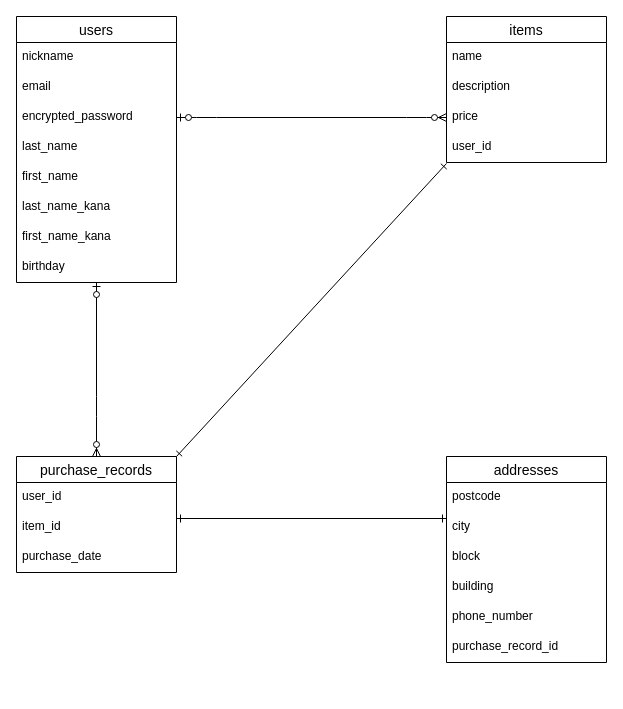
Above: draw.dio in FootLovePeace/furima-31746 (draw.io), before the change. Source tidied: cells renumbered, new cells numbered last; positions are measured from the earlier drawing's top-left corner, leaving out a move shared by most shapes. Both pictures are drawn from the tidied source at 100%, with x=0, y=0 at pixel (16, 16).
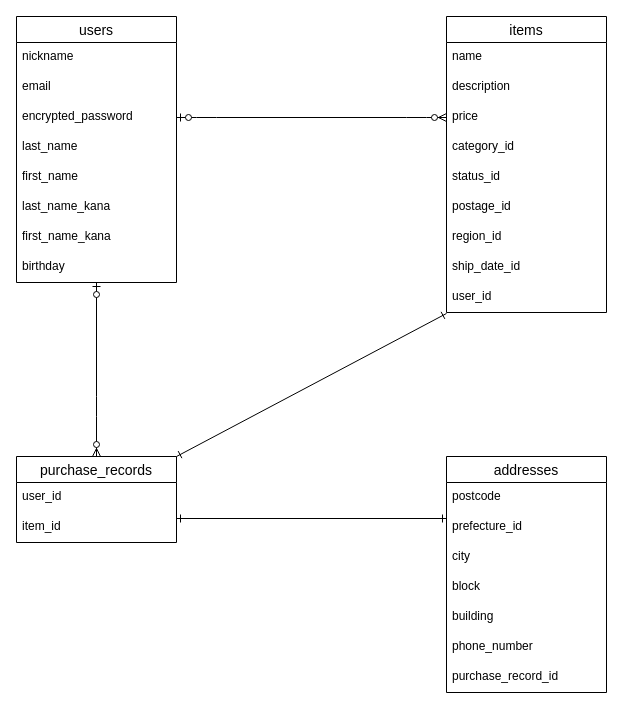
Above is the later version.

The edit, as a diff of the source:
```diff
@@
     <mxCell id="11" value="items" style="swimlane;fontStyle=0;horizontal=1;startSize=26;align=center;fontSize=14;" parent="1" vertex="1">
-      <mxGeometry x="430" width="160" height="146" as="geometry" />
+      <mxGeometry x="430" width="160" height="296" as="geometry" />
     </mxCell>
@@
+    <mxCell id="31" value="category_id" style="text;strokeColor=none;fillColor=none;spacingLeft=4;spacingRight=4;overflow=hidden;fontSize=12;" parent="11" vertex="1">
+      <mxGeometry y="116" width="160" height="30" as="geometry" />
+    </mxCell>
+    <mxCell id="32" value="status_id" style="text;strokeColor=none;fillColor=none;spacingLeft=4;spacingRight=4;overflow=hidden;fontSize=12;" parent="11" vertex="1">
+      <mxGeometry y="146" width="160" height="30" as="geometry" />
+    </mxCell>
+    <mxCell id="33" value="postage_id" style="text;strokeColor=none;fillColor=none;spacingLeft=4;spacingRight=4;overflow=hidden;fontSize=12;" parent="11" vertex="1">
+      <mxGeometry y="176" width="160" height="30" as="geometry" />
+    </mxCell>
+    <mxCell id="34" value="region_id" style="text;strokeColor=none;fillColor=none;spacingLeft=4;spacingRight=4;overflow=hidden;fontSize=12;" parent="11" vertex="1">
+      <mxGeometry y="206" width="160" height="30" as="geometry" />
+    </mxCell>
+    <mxCell id="35" value="ship_date_id" style="text;strokeColor=none;fillColor=none;spacingLeft=4;spacingRight=4;overflow=hidden;fontSize=12;" parent="11" vertex="1">
+      <mxGeometry y="236" width="160" height="30" as="geometry" />
+    </mxCell>
     <mxCell id="15" value="user_id" style="text;strokeColor=none;fillColor=none;spacingLeft=4;spacingRight=4;overflow=hidden;points=[[0,0.5],[1,0.5]];portConstraint=eastwest;fontSize=12;" parent="11" vertex="1">
-      <mxGeometry y="116" width="160" height="30" as="geometry" />
+      <mxGeometry y="266" width="160" height="30" as="geometry" />
     </mxCell>
@@
     <mxCell id="17" value="addresses" style="swimlane;fontStyle=0;horizontal=1;startSize=26;align=center;fontSize=14;" parent="1" vertex="1">
-      <mxGeometry x="430" y="440" width="160" height="206" as="geometry" />
+      <mxGeometry x="430" y="440" width="160" height="236" as="geometry" />
     </mxCell>
@@
+    <mxCell id="36" value="prefecture_id" style="text;strokeColor=none;fillColor=none;spacingLeft=4;spacingRight=4;overflow=hidden;fontSize=12;" parent="17" vertex="1">
+      <mxGeometry y="56" width="160" height="30" as="geometry" />
+    </mxCell>
     <mxCell id="19" value="city" style="text;strokeColor=none;fillColor=none;spacingLeft=4;spacingRight=4;overflow=hidden;points=[[0,0.5],[1,0.5]];portConstraint=eastwest;fontSize=12;" parent="17" vertex="1">
-      <mxGeometry y="56" width="160" height="30" as="geometry" />
+      <mxGeometry y="86" width="160" height="30" as="geometry" />
     </mxCell>
     <mxCell id="20" value="block" style="text;strokeColor=none;fillColor=none;spacingLeft=4;spacingRight=4;overflow=hidden;fontSize=12;" parent="17" vertex="1">
-      <mxGeometry y="86" width="160" height="30" as="geometry" />
+      <mxGeometry y="116" width="160" height="30" as="geometry" />
     </mxCell>
     <mxCell id="21" value="building" style="text;strokeColor=none;fillColor=none;spacingLeft=4;spacingRight=4;overflow=hidden;fontSize=12;" parent="17" vertex="1">
-      <mxGeometry y="116" width="160" height="30" as="geometry" />
+      <mxGeometry y="146" width="160" height="30" as="geometry" />
     </mxCell>
     <mxCell id="22" value="phone_number" style="text;strokeColor=none;fillColor=none;spacingLeft=4;spacingRight=4;overflow=hidden;fontSize=12;" parent="17" vertex="1">
-      <mxGeometry y="146" width="160" height="30" as="geometry" />
+      <mxGeometry y="176" width="160" height="30" as="geometry" />
     </mxCell>
     <mxCell id="23" value="purchase_record_id" style="text;strokeColor=none;fillColor=none;spacingLeft=4;spacingRight=4;overflow=hidden;fontSize=12;" parent="17" vertex="1">
-      <mxGeometry y="176" width="160" height="30" as="geometry" />
+      <mxGeometry y="206" width="160" height="30" as="geometry" />
     </mxCell>
     <mxCell id="24" value="purchase_records" style="swimlane;fontStyle=0;horizontal=1;startSize=26;align=center;fontSize=14;" parent="1" vertex="1">
-      <mxGeometry y="440" width="160" height="116" as="geometry" />
+      <mxGeometry y="440" width="160" height="86" as="geometry" />
     </mxCell>
@@
-    <mxCell id="27" value="purchase_date&#10;&#10;" style="text;strokeColor=none;fillColor=none;spacingLeft=4;spacingRight=4;overflow=hidden;fontSize=12;" parent="24" vertex="1">
-      <mxGeometry y="86" width="160" height="30" as="geometry" />
-    </mxCell>
@@
-    <mxCell id="29" style="fontSize=12;html=1;endArrow=ERone;startArrow=ERone;entryX=0;entryY=0.2;entryDx=0;entryDy=0;entryPerimeter=0;startFill=0;endFill=0;" parent="1" edge="1" target="19">
+    <mxCell id="29" style="fontSize=12;html=1;endArrow=ERone;startArrow=ERone;startFill=0;endFill=0;" parent="1" edge="1">
       <mxGeometry relative="1" as="geometry">
         <mxPoint x="160" y="502" as="sourcePoint" />
+        <mxPoint x="430" y="502" as="targetPoint" />
       </mxGeometry>
     </mxCell>
```
